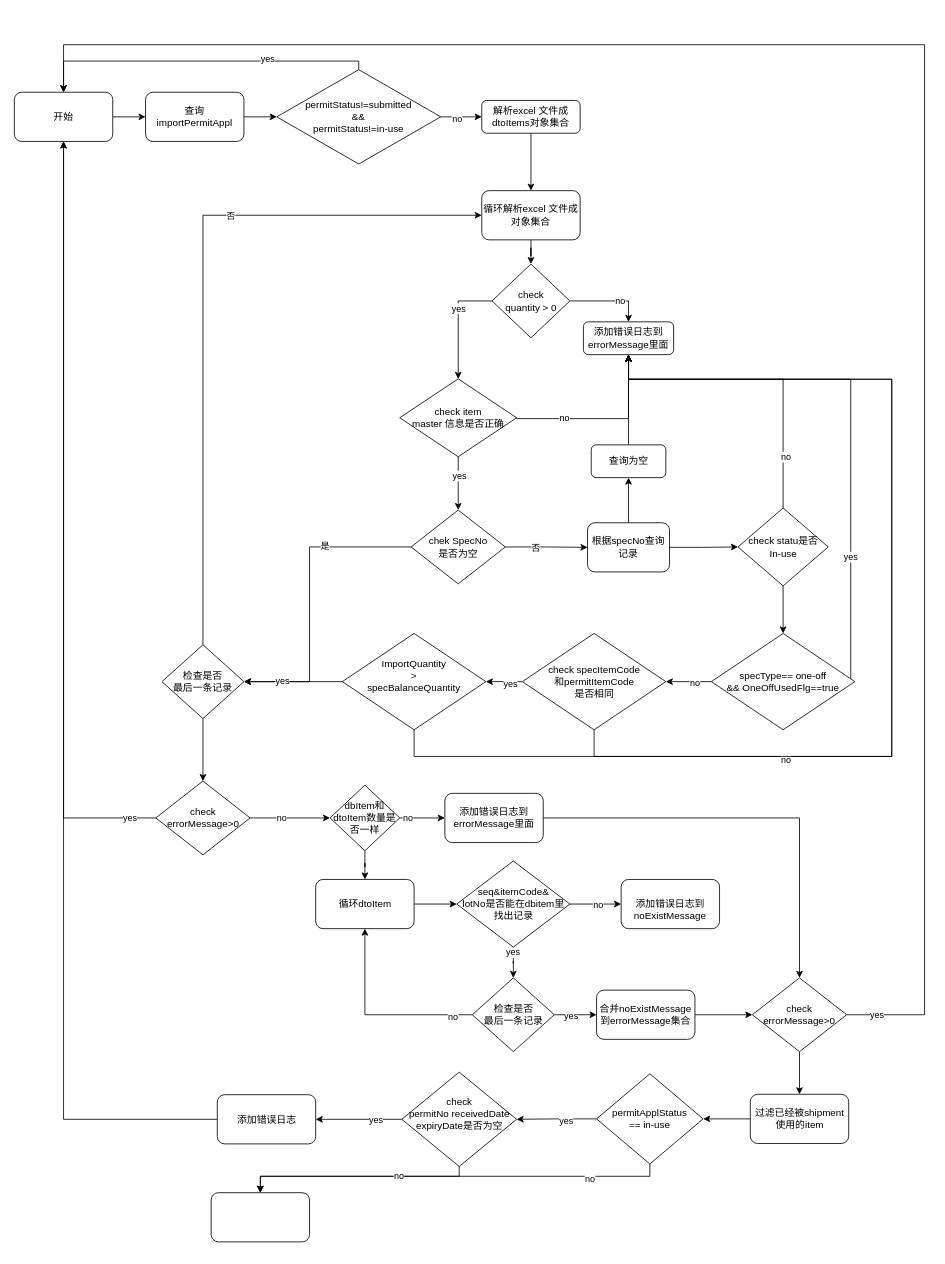
Earlier version of the draw.io diagram permit-edit-new-check.drawio (1119132473/doc). Source tidied: cells renumbered, new cells numbered last; positions are measured from the earlier drawing's top-left corner, leaving out a move shared by most shapes. Both pictures are drawn from the tidied source at 82%, with x=0, y=0 at pixel (14, 44).
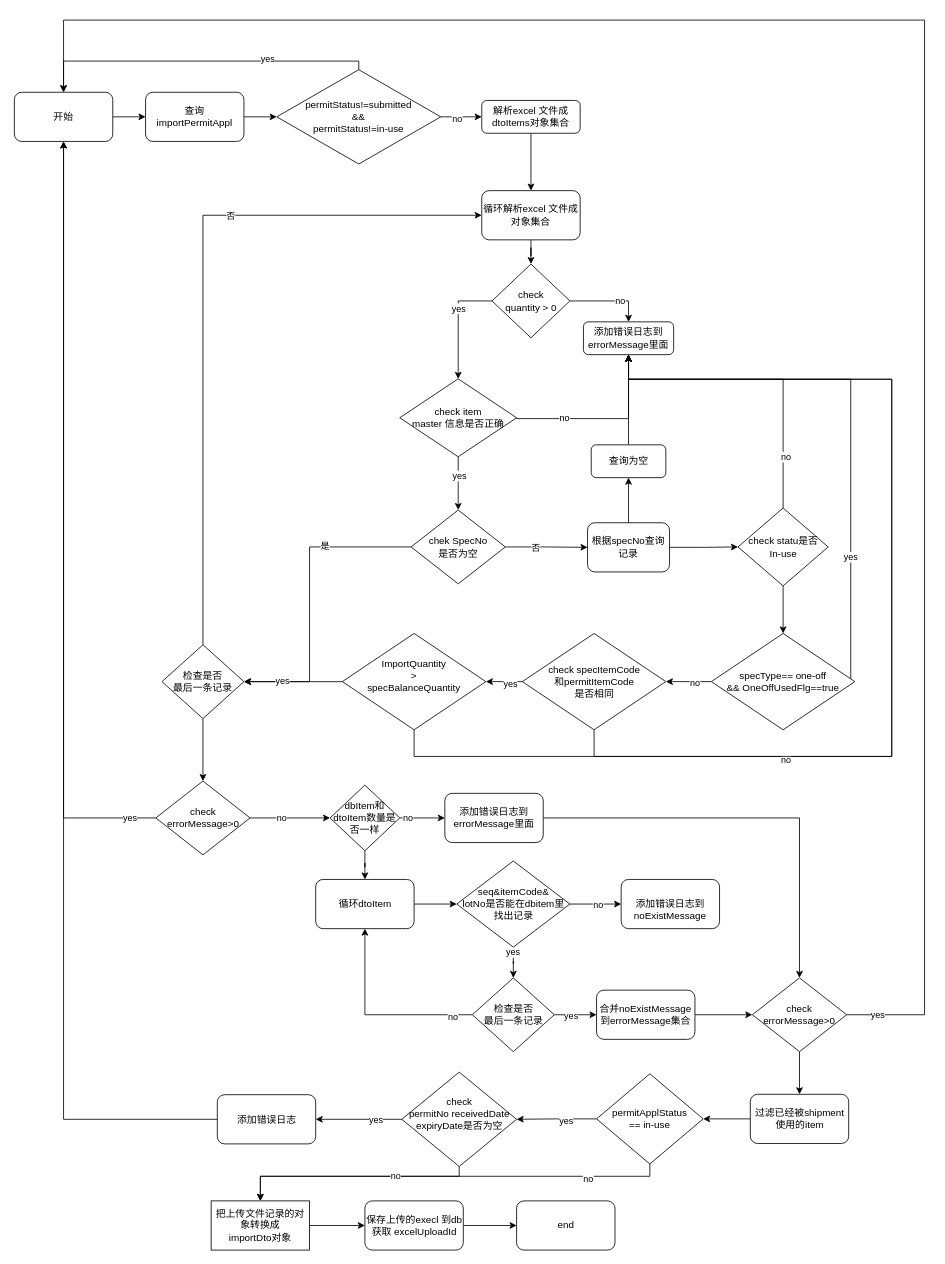
Above is the later version.

The change refers to these unchanged cells:
```xml
<mxCell id="3" value="开始" style="rounded=1;whiteSpace=wrap;html=1;" parent="1" vertex="1">
  <mxGeometry y="58" width="120" height="60" as="geometry" />
</mxCell>
<mxCell id="87" value="&lt;div&gt;check&lt;/div&gt;&lt;div&gt;errorMessage&amp;gt;0&lt;/div&gt;" style="rhombus;whiteSpace=wrap;html=1;" parent="1" vertex="1">
  <mxGeometry x="900" y="1138" width="115" height="90" as="geometry" />
</mxCell>
<mxCell id="94" value="&lt;div&gt;permitApplStatus&lt;/div&gt;&lt;div&gt;== in-use&lt;br&gt;&lt;/div&gt;" style="rhombus;whiteSpace=wrap;html=1;" parent="1" vertex="1">
  <mxGeometry x="710" y="1255" width="130" height="110" as="geometry" />
</mxCell>
<mxCell id="99" value="check&lt;br&gt;&lt;div&gt;permitNo receivedDate&lt;/div&gt;&lt;div&gt;expiryDate是否为空&lt;/div&gt;&lt;div&gt;&lt;br&gt;&lt;/div&gt;" style="rhombus;whiteSpace=wrap;html=1;" parent="1" vertex="1">
  <mxGeometry x="472.5" y="1253" width="140" height="115" as="geometry" />
</mxCell>
```

Change to the diagram source:
```diff
@@
     <mxCell id="84" style="edgeStyle=orthogonalEdgeStyle;rounded=0;jettySize=auto;html=1;exitX=1;exitY=0.5;exitDx=0;exitDy=0;entryX=0.5;entryY=0;entryDx=0;entryDy=0;" parent="1" edge="1" source="87" target="3">
       <mxGeometry relative="1" as="geometry">
         <Array as="points">
           <mxPoint x="1110" y="1183" />
-          <mxPoint x="1110" />
-          <mxPoint x="60" />
+          <mxPoint x="1110" y="-30" />
+          <mxPoint x="60" y="-30" />
         </Array>
       </mxGeometry>
     </mxCell>
@@
-    <mxCell id="92" style="edgeStyle=orthogonalEdgeStyle;rounded=0;jettySize=auto;html=1;exitX=0.5;exitY=1;exitDx=0;exitDy=0;entryX=0.5;entryY=0;entryDx=0;entryDy=0;" parent="1" edge="1" source="94" target="102">
+    <mxCell id="92" style="edgeStyle=orthogonalEdgeStyle;rounded=0;jettySize=auto;html=1;exitX=0.5;exitY=1;exitDx=0;exitDy=0;entryX=0.5;entryY=0;entryDx=0;entryDy=0;" parent="1" edge="1" source="94" target="104">
       <mxGeometry relative="1" as="geometry">
         <Array as="points">
           <mxPoint x="775" y="1380" />
           <mxPoint x="300" y="1380" />
         </Array>
       </mxGeometry>
     </mxCell>
@@
-    <mxCell id="97" style="edgeStyle=orthogonalEdgeStyle;rounded=0;jettySize=auto;html=1;entryX=0.5;entryY=0;entryDx=0;entryDy=0;" parent="1" edge="1" source="99" target="102">
+    <mxCell id="97" style="edgeStyle=orthogonalEdgeStyle;rounded=0;jettySize=auto;html=1;entryX=0.5;entryY=0;entryDx=0;entryDy=0;" parent="1" edge="1" source="99" target="104">
       <mxGeometry relative="1" as="geometry">
         <Array as="points">
           <mxPoint x="543" y="1380" />
           <mxPoint x="300" y="1380" />
         </Array>
       </mxGeometry>
     </mxCell>
@@
-    <mxCell id="102" style="rounded=1;whiteSpace=wrap;html=1;" parent="1" vertex="1">
-      <mxGeometry x="240" y="1400" width="120" height="60" as="geometry" />
-    </mxCell>
+    <mxCell id="103" style="edgeStyle=orthogonalEdgeStyle;rounded=0;jettySize=auto;html=1;exitX=1;exitY=0.5;exitDx=0;exitDy=0;entryX=0;entryY=0.5;entryDx=0;entryDy=0;" parent="1" edge="1" source="104" target="106">
+      <mxGeometry relative="1" as="geometry" />
+    </mxCell>
+    <mxCell id="104" value="&lt;div&gt;把上传文件记录的对象转换成&lt;/div&gt;&lt;div&gt;importDto对象&lt;br&gt;&lt;/div&gt;" style="whiteSpace=wrap;html=1;" parent="1" vertex="1">
+      <mxGeometry x="240" y="1410" width="120" height="60" as="geometry" />
+    </mxCell>
+    <mxCell id="105" style="edgeStyle=orthogonalEdgeStyle;rounded=0;jettySize=auto;html=1;exitX=1;exitY=0.5;exitDx=0;exitDy=0;entryX=0;entryY=0.5;entryDx=0;entryDy=0;" parent="1" edge="1" source="106" target="107">
+      <mxGeometry relative="1" as="geometry" />
+    </mxCell>
+    <mxCell id="106" value="&lt;div&gt;保存上传的execl 到db&lt;/div&gt;&lt;div&gt;获取 excelUploadId&lt;br&gt;&lt;/div&gt;" style="rounded=1;whiteSpace=wrap;html=1;" parent="1" vertex="1">
+      <mxGeometry x="427.5" y="1410" width="120" height="60" as="geometry" />
+    </mxCell>
+    <mxCell id="107" value="end" style="rounded=1;whiteSpace=wrap;html=1;" parent="1" vertex="1">
+      <mxGeometry x="612.5" y="1410" width="120" height="60" as="geometry" />
+    </mxCell>
```
